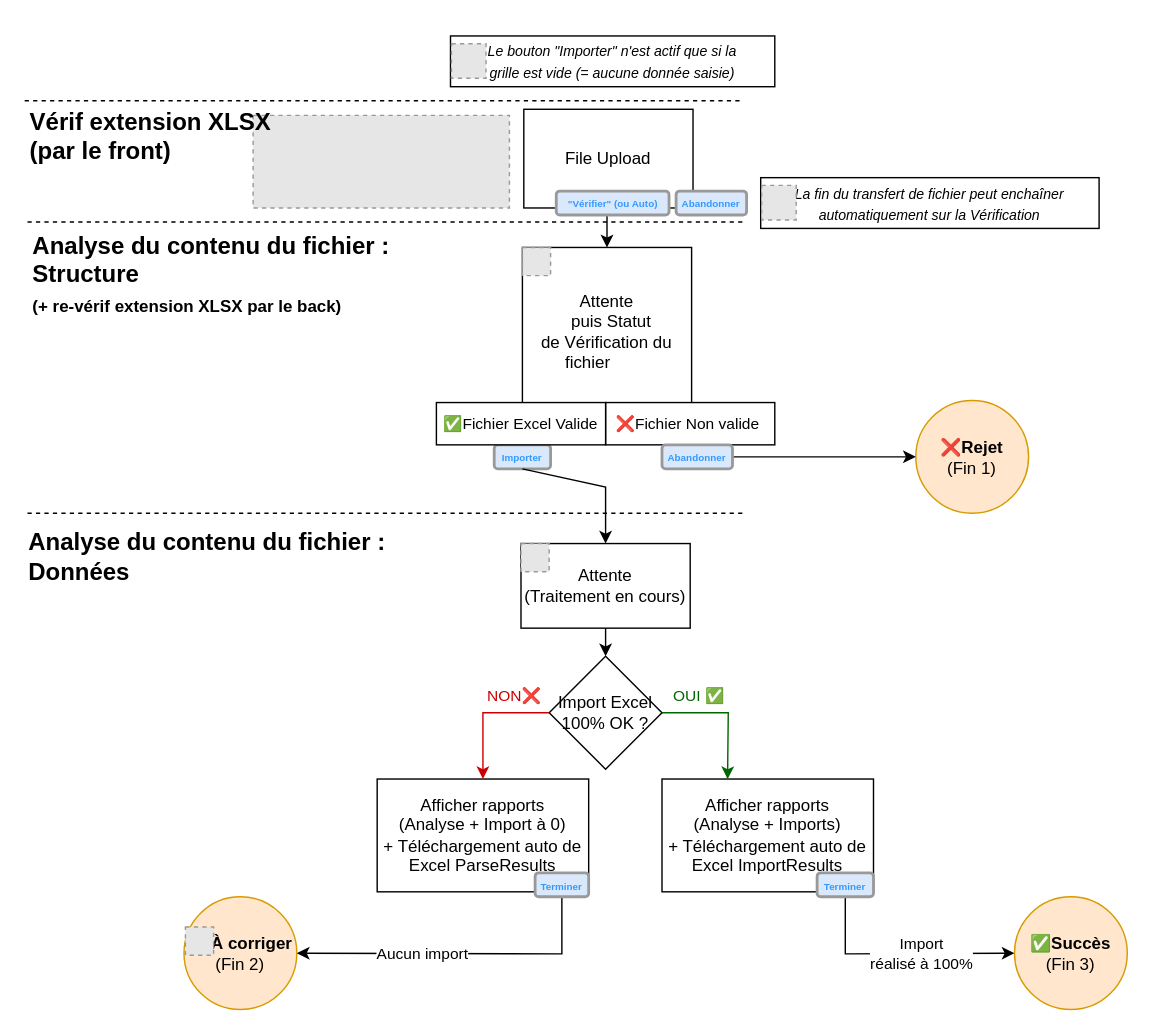
Earlier version of the draw.io diagram Spécifications - draw.io/Import Excel - Diagram d'enchaînement des écrans.drawio (xarich/XRIPersonalWiki). Source tidied: cells renumbered, new cells numbered last; positions are measured from the earlier drawing's top-left corner, leaving out a move shared by most shapes. Both pictures are drawn from the tidied source at 141%, with x=0, y=0 at pixel (24, 35). Pictures stored in the file or linked from it are replaced by grey dashed boxes.
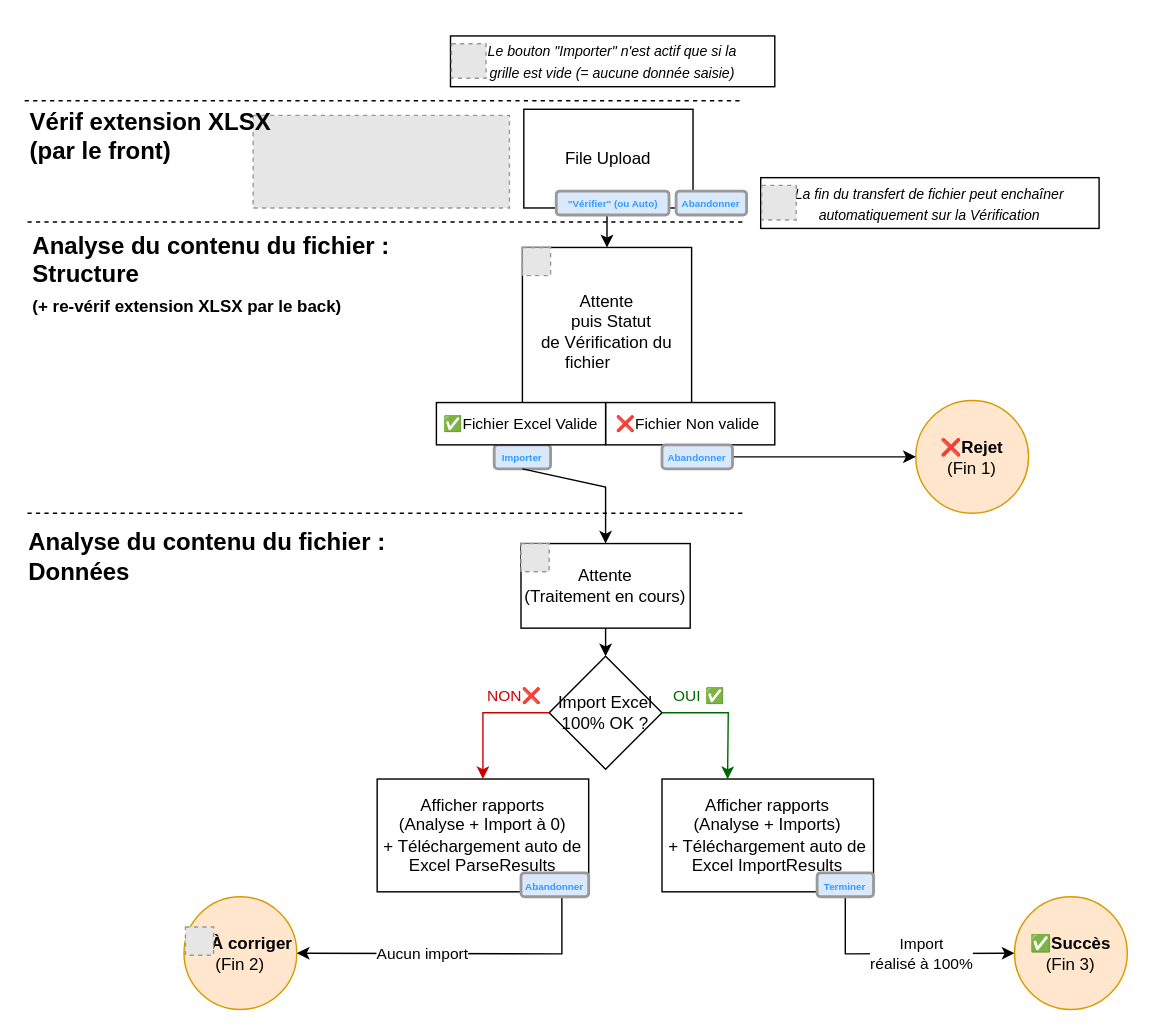
The same page after the edit.

Change to the diagram source:
```diff
@@
-    <mxCell id="22" value="&lt;b style=&quot;font-size: 7px;&quot;&gt;Terminer&lt;/b&gt;" style="rounded=1;whiteSpace=wrap;html=1;strokeWidth=2;verticalAlign=bottom;fillColor=#dae8fc;strokeColor=#999999;fontColor=#3399FF;" parent="1" vertex="1">
-      <mxGeometry x="362" y="593.5" width="38" height="17" as="geometry" />
+    <mxCell id="22" value="&lt;b style=&quot;font-size: 7px;&quot;&gt;Abandonner&lt;/b&gt;" style="rounded=1;whiteSpace=wrap;html=1;strokeWidth=2;verticalAlign=bottom;fillColor=#dae8fc;strokeColor=#999999;fontColor=#3399FF;" parent="1" vertex="1">
+      <mxGeometry x="352" y="593.5" width="48" height="17" as="geometry" />
     </mxCell>
```
